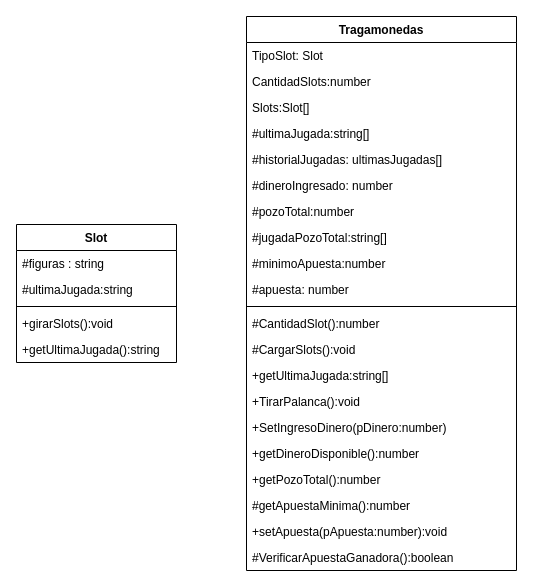
Earlier version of the draw.io diagram MaquinaTragamonedas.drawio (gceballos23/Casino). Source tidied: cells renumbered, new cells numbered last; positions are measured from the earlier drawing's top-left corner, leaving out a move shared by most shapes. Both pictures are drawn from the tidied source at 100%, with x=0, y=0 at pixel (16, 16).
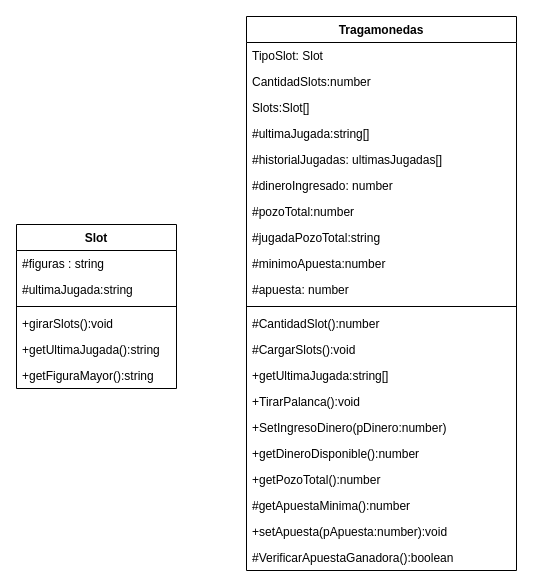
The same page after the edit.

Commit message (it also covers changes not shown here):
Modificaciones Maquina tragamonedas

The change refers to these unchanged cells:
```xml
<mxCell id="8" value="Tragamonedas" style="swimlane;fontStyle=1;align=center;verticalAlign=top;horizontal=1;startSize=26;" parent="1" vertex="1">
  <mxGeometry x="230" width="270" height="554" as="geometry" />
</mxCell>
```

Diff of the diagram source:
```diff
@@
     <mxCell id="2" value="Slot" style="swimlane;fontStyle=1;align=center;verticalAlign=top;horizontal=1;startSize=26;" parent="1" vertex="1">
-      <mxGeometry y="208" width="160" height="138" as="geometry" />
+      <mxGeometry y="208" width="160" height="164" as="geometry" />
     </mxCell>
@@
+    <mxCell id="30" value="+getFiguraMayor():string" style="text;strokeColor=none;fillColor=none;align=left;verticalAlign=top;spacingLeft=4;spacingRight=4;overflow=hidden;" parent="2" vertex="1">
+      <mxGeometry y="138" width="160" height="26" as="geometry" />
+    </mxCell>
@@
-    <mxCell id="16" value="#jugadaPozoTotal:string[]" style="text;strokeColor=none;fillColor=none;align=left;verticalAlign=top;spacingLeft=4;spacingRight=4;overflow=hidden;" parent="8" vertex="1">
+    <mxCell id="16" value="#jugadaPozoTotal:string" style="text;strokeColor=none;fillColor=none;align=left;verticalAlign=top;spacingLeft=4;spacingRight=4;overflow=hidden;" parent="8" vertex="1">
       <mxGeometry y="208" width="270" height="26" as="geometry" />
     </mxCell>
```
